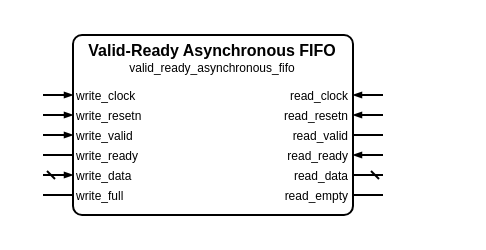
Before: sources/data/valid_ready/asynchronous_fifo/valid_ready_asynchronous_fifo.symbol.drawio in Louis-DR/OmniCores-BuildingBlocks, a draw.io diagram. Source tidied: cells renumbered, new cells numbered last; positions are measured from the earlier drawing's top-left corner, leaving out a move shared by most shapes. Both pictures are drawn from the tidied source at 200%, with x=0, y=0 at pixel (42, 34).
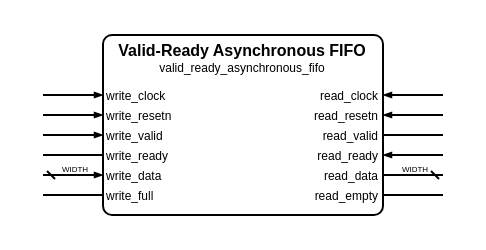
Above is the later version.

The edit, as a diff of the source:
```diff
@@
     <mxCell id="2" style="group;" parent="1" vertex="1">
-      <mxGeometry width="170" height="90" as="geometry" />
+      <mxGeometry width="200" height="90" as="geometry" />
     </mxCell>
     <mxCell id="3" style="rounded=1;arcSize=5;fillColor=none;strokeWidth=1;strokeColor=black;whiteSpace=wrap;html=1;" parent="2" vertex="1">
-      <mxGeometry x="15" width="140" height="90" as="geometry" />
+      <mxGeometry x="30" width="140" height="90" as="geometry" />
     </mxCell>
     <mxCell id="4" value="Valid-Ready Asynchronous FIFO" style="text;html=1;align=center;verticalAlign=middle;whiteSpace=wrap;rounded=0;fontSize=8;fontStyle=1;fontColor=black;" parent="2" vertex="1">
-      <mxGeometry x="15" y="7" width="140" as="geometry" />
+      <mxGeometry x="30" y="7" width="140" as="geometry" />
     </mxCell>
     <mxCell id="5" value="valid_ready_asynchronous_fifo" style="text;html=1;align=center;verticalAlign=middle;whiteSpace=wrap;rounded=0;fontSize=6;fontStyle=0;fontColor=black;" parent="2" vertex="1">
-      <mxGeometry x="15" y="16" width="140" as="geometry" />
+      <mxGeometry x="30" y="16" width="140" as="geometry" />
     </mxCell>
     <mxCell id="6" value="write_clock" style="text;html=1;align=left;verticalAlign=middle;whiteSpace=wrap;rounded=0;fontSize=6;fontStyle=0;fontColor=black;" parent="2" vertex="1">
-      <mxGeometry x="15" y="30" width="140" as="geometry" />
+      <mxGeometry x="30" y="30" width="140" as="geometry" />
     </mxCell>
     <mxCell id="7" style="html=1;rounded=1;strokeWidth=1;strokeColor=black;startFill=0;startSize=2;startArrow=none;endFill=1;endSize=2;endArrow=blockThin;sourcePerimeterSpacing=0;" parent="2" edge="1">
       <mxGeometry relative="1" as="geometry">
         <mxPoint y="30" as="sourcePoint" />
-        <mxPoint x="15" y="30" as="targetPoint" />
+        <mxPoint x="30" y="30" as="targetPoint" />
       </mxGeometry>
     </mxCell>
     <mxCell id="8" value="read_clock" style="text;html=1;align=right;verticalAlign=middle;whiteSpace=wrap;rounded=0;fontSize=6;fontStyle=0;fontColor=black;" parent="2" vertex="1">
-      <mxGeometry x="15" y="30" width="140" as="geometry" />
+      <mxGeometry x="30" y="30" width="140" as="geometry" />
     </mxCell>
     <mxCell id="9" style="html=1;rounded=1;strokeWidth=1;strokeColor=black;startFill=0;startSize=2;startArrow=none;endFill=1;endSize=2;endArrow=blockThin;sourcePerimeterSpacing=0;" parent="2" edge="1">
       <mxGeometry relative="1" as="geometry">
-        <mxPoint x="170" y="30" as="sourcePoint" />
-        <mxPoint x="155" y="30" as="targetPoint" />
+        <mxPoint x="200" y="30" as="sourcePoint" />
+        <mxPoint x="170" y="30" as="targetPoint" />
       </mxGeometry>
     </mxCell>
     <mxCell id="10" value="write_resetn" style="text;html=1;align=left;verticalAlign=middle;whiteSpace=wrap;rounded=0;fontSize=6;fontStyle=0;fontColor=black;" parent="2" vertex="1">
-      <mxGeometry x="15" y="40" width="140" as="geometry" />
+      <mxGeometry x="30" y="40" width="140" as="geometry" />
     </mxCell>
     <mxCell id="11" style="html=1;rounded=1;strokeWidth=1;strokeColor=black;startFill=0;startSize=2;startArrow=none;endFill=1;endSize=2;endArrow=blockThin;sourcePerimeterSpacing=0;" parent="2" edge="1">
       <mxGeometry relative="1" as="geometry">
         <mxPoint y="40" as="sourcePoint" />
-        <mxPoint x="15" y="40" as="targetPoint" />
+        <mxPoint x="30" y="40" as="targetPoint" />
       </mxGeometry>
     </mxCell>
     <mxCell id="12" value="read_resetn" style="text;html=1;align=right;verticalAlign=middle;whiteSpace=wrap;rounded=0;fontSize=6;fontStyle=0;fontColor=black;" parent="2" vertex="1">
-      <mxGeometry x="15" y="40" width="140" as="geometry" />
+      <mxGeometry x="30" y="40" width="140" as="geometry" />
     </mxCell>
     <mxCell id="13" style="html=1;rounded=1;strokeWidth=1;strokeColor=black;startFill=0;startSize=2;startArrow=none;endFill=1;endSize=2;endArrow=blockThin;sourcePerimeterSpacing=0;" parent="2" edge="1">
       <mxGeometry relative="1" as="geometry">
-        <mxPoint x="170" y="40" as="sourcePoint" />
-        <mxPoint x="155" y="40" as="targetPoint" />
+        <mxPoint x="200" y="40" as="sourcePoint" />
+        <mxPoint x="170" y="40" as="targetPoint" />
       </mxGeometry>
     </mxCell>
     <mxCell id="14" value="write_valid" style="text;html=1;align=left;verticalAlign=middle;whiteSpace=wrap;rounded=0;fontSize=6;fontStyle=0;fontColor=black;" parent="2" vertex="1">
-      <mxGeometry x="15" y="50" width="140" as="geometry" />
+      <mxGeometry x="30" y="50" width="140" as="geometry" />
     </mxCell>
     <mxCell id="15" style="html=1;rounded=1;strokeWidth=1;strokeColor=black;startFill=0;startSize=2;startArrow=none;endFill=1;endSize=2;endArrow=blockThin;sourcePerimeterSpacing=0;" parent="2" edge="1">
       <mxGeometry relative="1" as="geometry">
         <mxPoint y="50" as="sourcePoint" />
-        <mxPoint x="15" y="50" as="targetPoint" />
+        <mxPoint x="30" y="50" as="targetPoint" />
       </mxGeometry>
     </mxCell>
     <mxCell id="16" value="read_valid" style="text;html=1;align=right;verticalAlign=middle;whiteSpace=wrap;rounded=0;fontSize=6;fontStyle=0;fontColor=black;" parent="2" vertex="1">
-      <mxGeometry x="15" y="50" width="140" as="geometry" />
+      <mxGeometry x="30" y="50" width="140" as="geometry" />
     </mxCell>
     <mxCell id="17" style="html=1;rounded=1;strokeWidth=1;strokeColor=black;startFill=0;startSize=2;startArrow=none;endFill=1;endSize=2;endArrow=none;sourcePerimeterSpacing=0;" parent="2" edge="1">
       <mxGeometry relative="1" as="geometry">
-        <mxPoint x="170" y="50" as="sourcePoint" />
-        <mxPoint x="155" y="50" as="targetPoint" />
+        <mxPoint x="200" y="50" as="sourcePoint" />
+        <mxPoint x="170" y="50" as="targetPoint" />
       </mxGeometry>
     </mxCell>
     <mxCell id="18" value="write_ready" style="text;html=1;align=left;verticalAlign=middle;whiteSpace=wrap;rounded=0;fontSize=6;fontStyle=0;fontColor=black;" parent="2" vertex="1">
-      <mxGeometry x="15" y="60" width="140" as="geometry" />
+      <mxGeometry x="30" y="60" width="140" as="geometry" />
     </mxCell>
     <mxCell id="19" style="html=1;rounded=1;strokeWidth=1;strokeColor=black;startFill=0;startSize=2;startArrow=none;endFill=1;endSize=2;endArrow=none;sourcePerimeterSpacing=0;" parent="2" edge="1">
       <mxGeometry relative="1" as="geometry">
         <mxPoint y="60" as="sourcePoint" />
-        <mxPoint x="15" y="60" as="targetPoint" />
+        <mxPoint x="30" y="60" as="targetPoint" />
       </mxGeometry>
     </mxCell>
     <mxCell id="20" value="read_ready" style="text;html=1;align=right;verticalAlign=middle;whiteSpace=wrap;rounded=0;fontSize=6;fontStyle=0;fontColor=black;" parent="2" vertex="1">
-      <mxGeometry x="15" y="60" width="140" as="geometry" />
+      <mxGeometry x="30" y="60" width="140" as="geometry" />
     </mxCell>
     <mxCell id="21" style="html=1;rounded=1;strokeWidth=1;strokeColor=black;startFill=0;startSize=2;startArrow=none;endFill=1;endSize=2;endArrow=blockThin;sourcePerimeterSpacing=0;" parent="2" edge="1">
       <mxGeometry relative="1" as="geometry">
-        <mxPoint x="170" y="60" as="sourcePoint" />
-        <mxPoint x="155" y="60" as="targetPoint" />
+        <mxPoint x="200" y="60" as="sourcePoint" />
+        <mxPoint x="170" y="60" as="targetPoint" />
       </mxGeometry>
     </mxCell>
     <mxCell id="22" value="write_data" style="text;html=1;align=left;verticalAlign=middle;whiteSpace=wrap;rounded=0;fontSize=6;fontStyle=0;fontColor=black;" parent="2" vertex="1">
-      <mxGeometry x="15" y="70" width="140" as="geometry" />
+      <mxGeometry x="30" y="70" width="140" as="geometry" />
     </mxCell>
     <mxCell id="23" style="html=1;rounded=1;strokeWidth=1;strokeColor=black;startFill=0;startSize=2;startArrow=dash;endFill=1;endSize=2;endArrow=blockThin;sourcePerimeterSpacing=0;" parent="2" edge="1">
       <mxGeometry relative="1" as="geometry">
         <mxPoint y="70" as="sourcePoint" />
-        <mxPoint x="15" y="70" as="targetPoint" />
+        <mxPoint x="30" y="70" as="targetPoint" />
       </mxGeometry>
     </mxCell>
+    <mxCell id="30" value="WIDTH" style="text;html=1;align=center;verticalAlign=middle;whiteSpace=nowrap;rounded=0;fontSize=4;fontStyle=0;fontColor=black;" parent="2" vertex="1">
+      <mxGeometry x="15" y="67" as="geometry" />
+    </mxCell>
     <mxCell id="24" value="read_data" style="text;html=1;align=right;verticalAlign=middle;whiteSpace=wrap;rounded=0;fontSize=6;fontStyle=0;fontColor=black;" parent="2" vertex="1">
-      <mxGeometry x="15" y="70" width="140" as="geometry" />
+      <mxGeometry x="30" y="70" width="140" as="geometry" />
     </mxCell>
     <mxCell id="25" style="html=1;rounded=1;strokeWidth=1;strokeColor=black;startFill=0;startSize=2;startArrow=dash;endFill=1;endSize=2;endArrow=none;sourcePerimeterSpacing=0;" parent="2" edge="1">
       <mxGeometry relative="1" as="geometry">
-        <mxPoint x="170" y="70" as="sourcePoint" />
-        <mxPoint x="155" y="70" as="targetPoint" />
+        <mxPoint x="200" y="70" as="sourcePoint" />
+        <mxPoint x="170" y="70" as="targetPoint" />
       </mxGeometry>
     </mxCell>
+    <mxCell id="31" value="WIDTH" style="text;html=1;align=center;verticalAlign=middle;whiteSpace=nowrap;rounded=0;fontSize=4;fontStyle=0;fontColor=black;" parent="2" vertex="1">
+      <mxGeometry x="185" y="67" as="geometry" />
+    </mxCell>
     <mxCell id="26" value="write_full" style="text;html=1;align=left;verticalAlign=middle;whiteSpace=wrap;rounded=0;fontSize=6;fontStyle=0;fontColor=black;" parent="2" vertex="1">
-      <mxGeometry x="15" y="80" width="140" as="geometry" />
+      <mxGeometry x="30" y="80" width="140" as="geometry" />
     </mxCell>
     <mxCell id="27" style="html=1;rounded=1;strokeWidth=1;strokeColor=black;startFill=0;startSize=2;startArrow=none;endFill=1;endSize=2;endArrow=none;sourcePerimeterSpacing=0;" parent="2" edge="1">
       <mxGeometry relative="1" as="geometry">
         <mxPoint y="80" as="sourcePoint" />
-        <mxPoint x="15" y="80" as="targetPoint" />
+        <mxPoint x="30" y="80" as="targetPoint" />
       </mxGeometry>
     </mxCell>
     <mxCell id="28" value="read_empty" style="text;html=1;align=right;verticalAlign=middle;whiteSpace=wrap;rounded=0;fontSize=6;fontStyle=0;fontColor=black;" parent="2" vertex="1">
-      <mxGeometry x="15" y="80" width="140" as="geometry" />
+      <mxGeometry x="30" y="80" width="140" as="geometry" />
     </mxCell>
     <mxCell id="29" style="html=1;rounded=1;strokeWidth=1;strokeColor=black;startFill=0;startSize=2;startArrow=none;endFill=1;endSize=2;endArrow=none;sourcePerimeterSpacing=0;" parent="2" edge="1">
       <mxGeometry relative="1" as="geometry">
-        <mxPoint x="170" y="80" as="sourcePoint" />
-        <mxPoint x="155" y="80" as="targetPoint" />
+        <mxPoint x="200" y="80" as="sourcePoint" />
+        <mxPoint x="170" y="80" as="targetPoint" />
       </mxGeometry>
     </mxCell>
```
